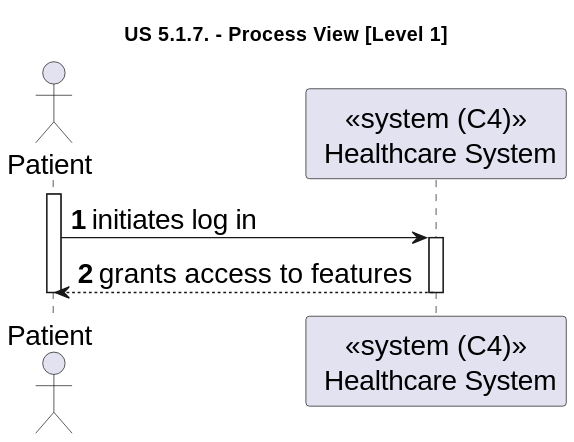
Before: docs/sprint-2/1220841/us-6.2.5/diagrams/level-1-process-view.svg, a diagram exported from PlantUML (rita-barbosa/LAPR5-2425). Source of this version:
```plantuml
@startuml
skinparamlocked defaultFontSize 20

title "US 5.1.7. - Process View [Level 1]"

autonumber

actor Patient as ADM
participant "<<system (C4)>>\n Healthcare System" as SYS

activate ADM
ADM -> SYS : initiates log in
activate SYS

SYS --> ADM : grants access to features
deactivate SYS
deactivate ADM
@enduml
```
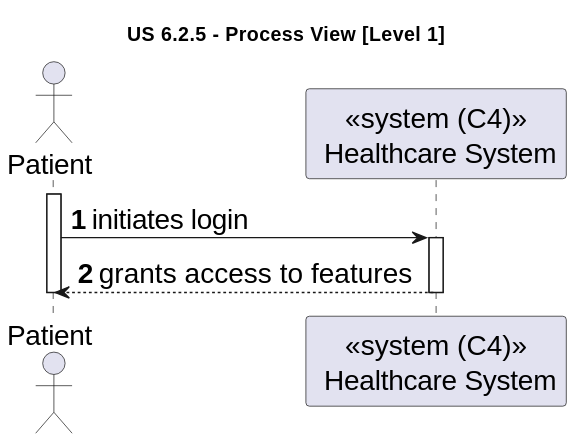
The same diagram one commit later.

Commit message:
DG38-398 | docs: updates process view diagrams.

Diff of the diagram source:
```diff
@@ -1,7 +1,7 @@
 @startuml
 skinparamlocked defaultFontSize 20
 
-title "US 5.1.7. - Process View [Level 1]"
+title "US 6.2.5 - Process View [Level 1]"
 
 autonumber
 
@@ -9,7 +9,7 @@
 participant "<<system (C4)>>\n Healthcare System" as SYS
 
 activate ADM
-ADM -> SYS : initiates log in
+ADM -> SYS : initiates login
 activate SYS
 
 SYS --> ADM : grants access to features
```
